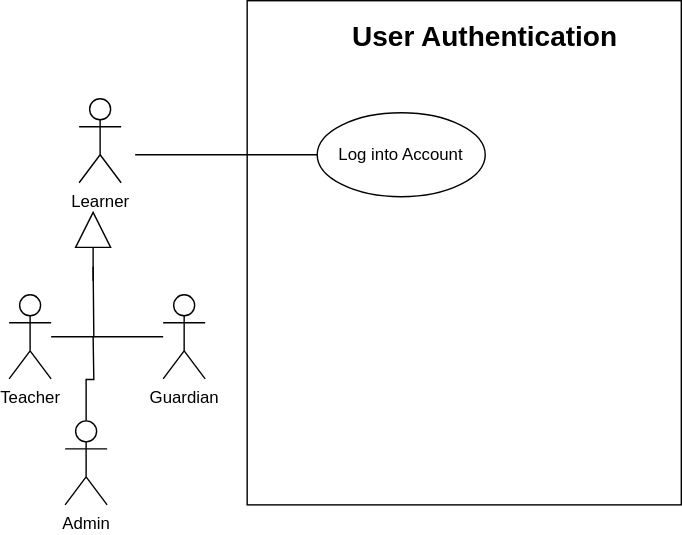
james15mokoena/NeoSoft4 keeps this draw.io diagram as Learner Performance Monitoring System.drawio.svg. Above is the earlier version. Source tidied: cells renumbered, new cells last; positions are measured from the earlier drawing's top-left corner, leaving out a move shared by most shapes.
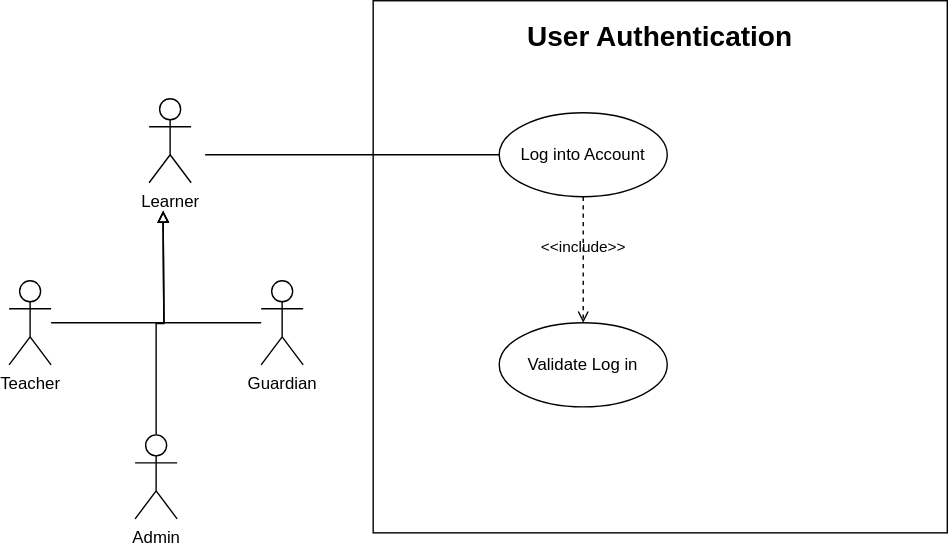
After the change.

Commit message:
Added more uses cases to the User Account Management Subsystem.drawio.svg

The edit, as a diff of the source:
```diff
@@ -3,51 +3,51 @@
     <mxCell id="0" />
     <mxCell id="1" parent="0" />
     <mxCell id="2" style="rounded=0;whiteSpace=wrap;html=1;" parent="1" vertex="1">
-      <mxGeometry x="170" width="310" height="360" as="geometry" />
+      <mxGeometry x="210" width="410" height="380" as="geometry" />
     </mxCell>
     <mxCell id="3" value="Log into Account" style="ellipse;whiteSpace=wrap;html=1;" parent="1" vertex="1">
-      <mxGeometry x="220" y="80" width="120" height="60" as="geometry" />
+      <mxGeometry x="300" y="80" width="120" height="60" as="geometry" />
     </mxCell>
     <mxCell id="4" value="&lt;font style=&quot;font-size: 20px;&quot;&gt;&lt;b&gt;User Authentication&lt;/b&gt;&lt;/font&gt;" style="text;html=1;align=center;verticalAlign=middle;whiteSpace=wrap;rounded=0;" parent="1" vertex="1">
-      <mxGeometry x="240" y="10" width="200" height="30" as="geometry" />
+      <mxGeometry x="315" y="10" width="200" height="30" as="geometry" />
     </mxCell>
     <mxCell id="5" value="Learner" style="shape=umlActor;verticalLabelPosition=bottom;verticalAlign=top;html=1;" parent="1" vertex="1">
       <mxGeometry x="50" y="70" width="30" height="60" as="geometry" />
     </mxCell>
-    <mxCell id="6" style="edgeStyle=orthogonalEdgeStyle;rounded=0;jettySize=auto;html=1;endArrow=none;startFill=0;" parent="1" edge="1" source="7">
-      <mxGeometry relative="1" as="geometry">
-        <mxPoint x="60" y="240" as="targetPoint" />
-      </mxGeometry>
-    </mxCell>
+    <mxCell id="13" style="endArrow=none;html=1;rounded=0;entryX=0;entryY=0.5;entryDx=0;entryDy=0;" parent="1" edge="1" target="3">
+      <mxGeometry relative="1" as="geometry">
+        <mxPoint x="90" y="110" as="sourcePoint" />
+      </mxGeometry>
+    </mxCell>
+    <mxCell id="14" value="Validate Log in" style="ellipse;whiteSpace=wrap;html=1;" parent="1" vertex="1">
+      <mxGeometry x="300" y="230" width="120" height="60" as="geometry" />
+    </mxCell>
+    <mxCell id="15" value="&amp;lt;&amp;lt;include&amp;gt;&amp;gt;" style="html=1;verticalAlign=bottom;labelBackgroundColor=none;endArrow=open;endFill=0;dashed=1;rounded=0;exitX=0.5;exitY=1;exitDx=0;exitDy=0;entryX=0.5;entryY=0;entryDx=0;entryDy=0;" parent="1" edge="1" source="3" target="14">
+      <mxGeometry relative="1" as="geometry" />
+    </mxCell>
+    <mxCell id="16" style="edgeStyle=orthogonalEdgeStyle;rounded=0;jettySize=auto;html=1;endArrow=block;endFill=0;" parent="1" edge="1" source="9">
+      <mxGeometry relative="1" as="geometry">
+        <mxPoint x="60" y="150" as="targetPoint" />
+      </mxGeometry>
+    </mxCell>
+    <mxCell id="9" value="Teacher" style="shape=umlActor;verticalLabelPosition=bottom;verticalAlign=top;html=1;outlineConnect=0;" parent="1" vertex="1">
+      <mxGeometry x="-50" y="200" width="30" height="60" as="geometry" />
+    </mxCell>
+    <mxCell id="17" style="edgeStyle=orthogonalEdgeStyle;rounded=0;jettySize=auto;html=1;endArrow=block;endFill=0;" parent="1" edge="1" source="7">
+      <mxGeometry relative="1" as="geometry">
+        <mxPoint x="60" y="150" as="targetPoint" />
+      </mxGeometry>
+    </mxCell>
     <mxCell id="7" value="Guardian" style="shape=umlActor;verticalLabelPosition=bottom;verticalAlign=top;html=1;outlineConnect=0;" parent="1" vertex="1">
-      <mxGeometry x="110" y="210" width="30" height="60" as="geometry" />
+      <mxGeometry x="130" y="200" width="30" height="60" as="geometry" />
     </mxCell>
-    <mxCell id="8" style="edgeStyle=orthogonalEdgeStyle;rounded=0;jettySize=auto;html=1;endArrow=none;startFill=0;" parent="1" edge="1" source="9">
-      <mxGeometry relative="1" as="geometry">
-        <mxPoint x="60" y="190" as="targetPoint" />
-      </mxGeometry>
-    </mxCell>
-    <mxCell id="9" value="Teacher" style="shape=umlActor;verticalLabelPosition=bottom;verticalAlign=top;html=1;outlineConnect=0;" parent="1" vertex="1">
-      <mxGeometry y="210" width="30" height="60" as="geometry" />
-    </mxCell>
-    <mxCell id="10" style="endArrow=block;endFill=0;endSize=24;html=1;rounded=0;" parent="1" edge="1">
-      <mxGeometry relative="1" as="geometry">
-        <mxPoint x="60" y="200" as="sourcePoint" />
-        <mxPoint x="60" y="150" as="targetPoint" />
-      </mxGeometry>
-    </mxCell>
-    <mxCell id="11" style="edgeStyle=orthogonalEdgeStyle;rounded=0;jettySize=auto;html=1;endArrow=none;startFill=0;" parent="1" edge="1" source="12">
-      <mxGeometry relative="1" as="geometry">
-        <mxPoint x="60" y="240" as="targetPoint" />
-      </mxGeometry>
-    </mxCell>
+    <mxCell id="18" style="edgeStyle=orthogonalEdgeStyle;rounded=0;jettySize=auto;html=1;endArrow=block;endFill=0;" parent="1" edge="1" source="12">
+      <mxGeometry relative="1" as="geometry">
+        <mxPoint x="60" y="150" as="targetPoint" />
+      </mxGeometry>
+    </mxCell>
     <mxCell id="12" value="Admin" style="shape=umlActor;verticalLabelPosition=bottom;verticalAlign=top;html=1;outlineConnect=0;" parent="1" vertex="1">
-      <mxGeometry x="40" y="300" width="30" height="60" as="geometry" />
+      <mxGeometry x="40" y="310" width="30" height="60" as="geometry" />
     </mxCell>
-    <mxCell id="13" style="endArrow=none;html=1;rounded=0;entryX=0;entryY=0.5;entryDx=0;entryDy=0;" parent="1" edge="1" target="3">
-      <mxGeometry relative="1" as="geometry">
-        <mxPoint x="90" y="110" as="sourcePoint" />
-      </mxGeometry>
-    </mxCell>
   </root>
 </mxGraphModel>
```
